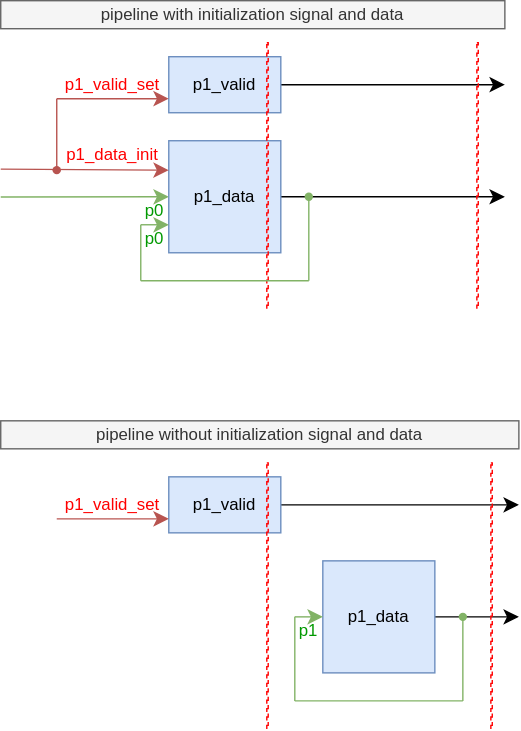
The draw.io diagram de/v_rule/include/pipeline_init.svg in jnjnliwenjie0022/obs, before a commit. Source tidied: cells renumbered, new cells last; positions are measured from the earlier drawing's top-left corner, leaving out a move shared by most shapes.
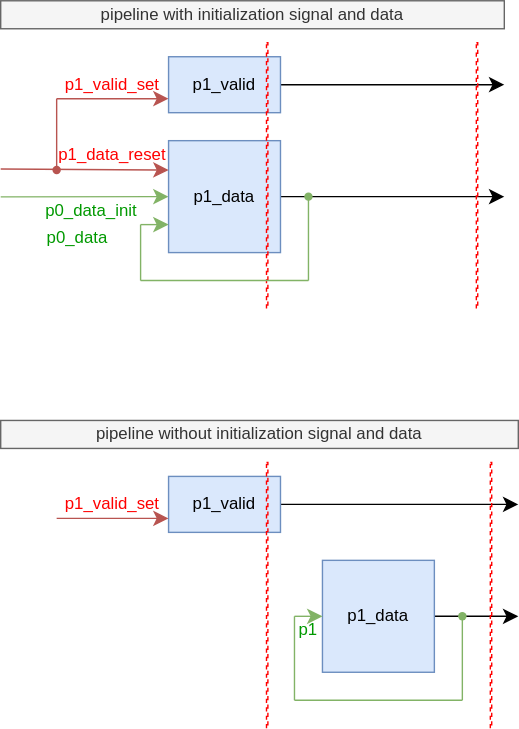
After the commit.

Commit message:
vault backup: 2025-05-04 18:04:09

What changed in the source:
```diff
@@ -44,7 +44,7 @@
     <mxCell id="11" style="edgeStyle=none;curved=1;rounded=0;jettySize=auto;html=1;entryX=0;entryY=1;entryDx=0;entryDy=0;fontSize=12;startSize=8;endSize=8;endArrow=none;endFill=0;fillColor=#f8cecc;strokeColor=#b85450;" parent="1" edge="1" source="9" target="13">
       <mxGeometry relative="1" as="geometry" />
     </mxCell>
-    <mxCell id="12" value="&lt;font color=&quot;#ff0000&quot;&gt;p1_data_init&lt;/font&gt;" style="whiteSpace=wrap;html=1;rotation=0;rounded=0;strokeColor=none;fillColor=none;" parent="1" vertex="1">
+    <mxCell id="12" value="&lt;font color=&quot;#ff0000&quot;&gt;p1_data_reset&lt;/font&gt;" style="whiteSpace=wrap;html=1;rotation=0;rounded=0;strokeColor=none;fillColor=none;" parent="1" vertex="1">
       <mxGeometry x="40" y="100" width="80" height="20" as="geometry" />
     </mxCell>
     <mxCell id="13" value="&lt;font color=&quot;#ff0000&quot;&gt;p1_valid_set&lt;/font&gt;" style="whiteSpace=wrap;html=1;rotation=0;points=[[0,0],[0,0.1],[0,0.2],[0,0.3],[0,0.4],[0,0.5],[0,0.6],[0,0.7],[0,0.8],[0,0.9],[0,1],[0.1,0],[0.2,0],[0.3,0],[0.4,0],[0.5,0],[0.6,0],[0.7,0],[0.8,0],[0.9,0],[1,0],[1,0.1],[1,0.2],[1,0.3],[1,0.4],[1,0.5],[1,0.6],[1,0.7],[1,0.8],[1,0.9],[0.1,1],[0.2,1],[0.3,1],[0.4,1],[0.5,1],[0.6,1],[0.7,1],[0.8,1],[0.9,1],[1,1]];rounded=0;strokeColor=none;fillColor=none;" parent="1" vertex="1">
@@ -141,14 +141,14 @@
         <mxPoint x="100" y="160" as="targetPoint" />
       </mxGeometry>
     </mxCell>
-    <mxCell id="35" value="&lt;font color=&quot;#009900&quot;&gt;p0&lt;/font&gt;" style="whiteSpace=wrap;html=1;rotation=0;rounded=0;strokeColor=none;fillColor=none;" parent="1" vertex="1">
-      <mxGeometry x="100" y="160" width="20" height="20" as="geometry" />
-    </mxCell>
-    <mxCell id="36" value="&lt;font color=&quot;#009900&quot;&gt;p0&lt;/font&gt;" style="whiteSpace=wrap;html=1;rotation=0;rounded=0;strokeColor=none;fillColor=none;" parent="1" vertex="1">
-      <mxGeometry x="100" y="140" width="20" height="20" as="geometry" />
+    <mxCell id="36" value="&lt;font color=&quot;#009900&quot;&gt;p0_data_init&lt;/font&gt;" style="whiteSpace=wrap;html=1;rotation=0;rounded=0;strokeColor=none;fillColor=none;" parent="1" vertex="1">
+      <mxGeometry x="30" y="140" width="70" height="20" as="geometry" />
     </mxCell>
     <mxCell id="37" value="&lt;font color=&quot;#009900&quot;&gt;p1&lt;/font&gt;" style="whiteSpace=wrap;html=1;rotation=0;rounded=0;strokeColor=none;fillColor=none;" parent="1" vertex="1">
       <mxGeometry x="210" y="440" width="20" height="20" as="geometry" />
     </mxCell>
+    <mxCell id="38" value="&lt;font color=&quot;#009900&quot;&gt;p0_data&lt;/font&gt;" style="whiteSpace=wrap;html=1;rotation=0;rounded=0;strokeColor=none;fillColor=none;" parent="1" vertex="1">
+      <mxGeometry x="30" y="160" width="50" height="20" as="geometry" />
+    </mxCell>
   </root>
 </mxGraphModel>
```
